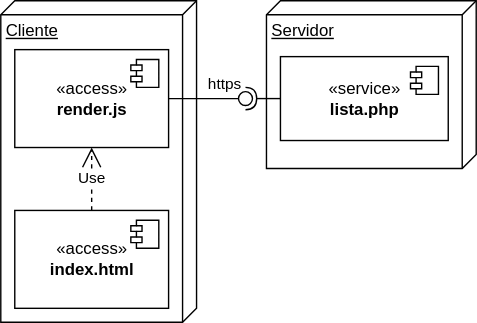
Earlier version of the draw.io export img/m11renderCliente/renclientedistribucion.drawio.svg (gilpgawoas/gilpgawoas.github.io). Source tidied: cells renumbered, new cells last; positions are measured from the earlier drawing's top-left corner, leaving out a move shared by most shapes.
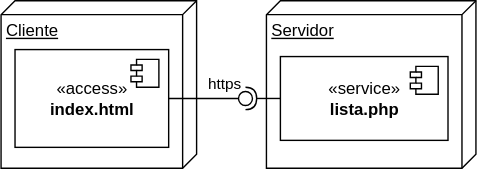
The same file after the commit.

The edit, as a diff of the source:
```diff
@@ -3,9 +3,9 @@
     <mxCell id="0" />
     <mxCell id="1" parent="0" />
     <mxCell id="2" value="Cliente" style="verticalAlign=top;align=left;spacingTop=8;spacingLeft=2;spacingRight=12;shape=cube;size=10;direction=south;fontStyle=4;html=1;" parent="1" vertex="1">
-      <mxGeometry width="140" height="230" as="geometry" />
+      <mxGeometry width="140" height="120" as="geometry" />
     </mxCell>
-    <mxCell id="3" value="«access»&lt;br&gt;&lt;b&gt;render.js&lt;/b&gt;" style="html=1;" parent="1" vertex="1">
+    <mxCell id="3" value="«access»&lt;br&gt;&lt;b&gt;index.html&lt;/b&gt;" style="html=1;" parent="1" vertex="1">
       <mxGeometry x="10" y="35" width="110" height="70" as="geometry" />
     </mxCell>
     <mxCell id="4" style="shape=module;jettyWidth=8;jettyHeight=4;" parent="3" vertex="1">
@@ -33,16 +33,5 @@
     <mxCell id="10" style="ellipse;whiteSpace=wrap;html=1;align=center;points=[];outlineConnect=0;sketch=0;" parent="1" vertex="1">
       <mxGeometry x="170" y="65" width="10" height="10" as="geometry" />
     </mxCell>
-    <mxCell id="11" value="«access»&lt;br&gt;&lt;b&gt;index.html&lt;/b&gt;" style="html=1;" parent="1" vertex="1">
-      <mxGeometry x="10" y="150" width="110" height="70" as="geometry" />
-    </mxCell>
-    <mxCell id="12" style="shape=module;jettyWidth=8;jettyHeight=4;" parent="11" vertex="1">
-      <mxGeometry x="1" width="20" height="20" relative="1" as="geometry">
-        <mxPoint x="-27" y="7" as="offset" />
-      </mxGeometry>
-    </mxCell>
-    <mxCell id="13" value="Use" style="endArrow=open;endSize=12;dashed=1;html=1;rounded=0;entryX=0.5;entryY=1;entryDx=0;entryDy=0;exitX=0.5;exitY=0;exitDx=0;exitDy=0;" parent="1" edge="1" source="11" target="3">
-      <mxGeometry relative="1" as="geometry" />
-    </mxCell>
   </root>
 </mxGraphModel>
```
